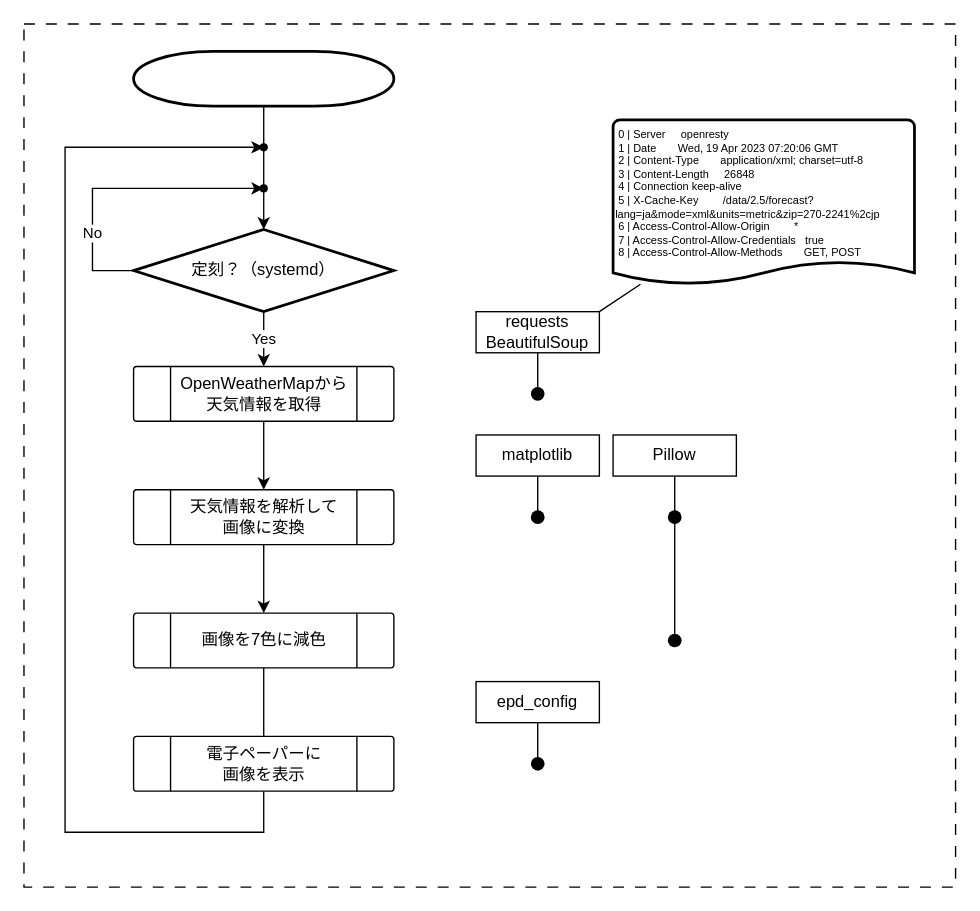
This is weather.drawio from ka10ryu1/weather_forecast_viewer, a draw.io file, before an edit. Source tidied: cells renumbered, new cells numbered last; positions are measured from the earlier drawing's top-left corner, leaving out a move shared by most shapes. Both pictures are drawn from the tidied source at 137%, with x=0, y=0 at pixel (23, 23).
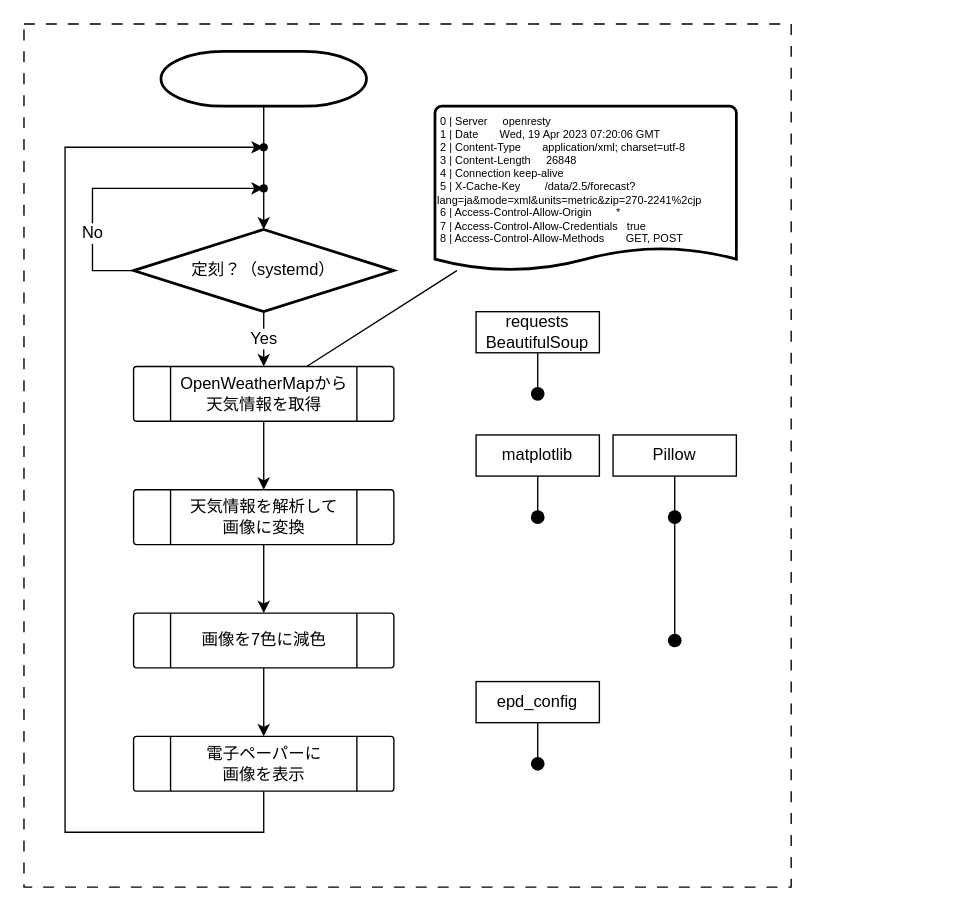
The same page after the edit.

Commit message:
:tada: 保存漏れを保存（軽微）

The change refers to these unchanged cells:
```xml
<mxCell id="7" value="定刻？（systemd）" style="strokeWidth=2;html=1;shape=mxgraph.flowchart.decision;whiteSpace=wrap;" parent="1" vertex="1">
  <mxGeometry x="80" y="150" width="190" height="60" as="geometry" />
</mxCell>
<mxCell id="9" style="shape=waypoint;sketch=0;size=6;points=[];fillColor=default;perimeter=centerPerimeter;snapToPoint=1;strokeWidth=1;" parent="1" vertex="1">
  <mxGeometry x="165" y="110" width="20" height="20" as="geometry" />
</mxCell>
<mxCell id="11" value="OpenWeatherMapから&lt;br&gt;天気情報を取得" style="verticalLabelPosition=middle;verticalAlign=middle;html=1;shape=process;whiteSpace=wrap;rounded=1;size=0.14;arcSize=6;labelPosition=center;align=center;" parent="1" vertex="1">
  <mxGeometry x="80" y="250" width="190" height="40" as="geometry" />
</mxCell>
<mxCell id="15" value="電子ペーパーに&lt;br&gt;画像を表示" style="verticalLabelPosition=middle;verticalAlign=middle;html=1;shape=process;whiteSpace=wrap;rounded=1;size=0.14;arcSize=6;labelPosition=center;align=center;" parent="1" vertex="1">
  <mxGeometry x="80" y="520" width="190" height="40" as="geometry" />
</mxCell>
<mxCell id="20" value="画像を7色に減色" style="verticalLabelPosition=middle;verticalAlign=middle;html=1;shape=process;whiteSpace=wrap;rounded=1;size=0.14;arcSize=6;labelPosition=center;align=center;" parent="1" vertex="1">
  <mxGeometry x="80" y="430" width="190" height="40" as="geometry" />
</mxCell>
<mxCell id="22" value="requests&lt;br style=&quot;font-size: 12px;&quot;&gt;BeautifulSoup" style="rounded=0;whiteSpace=wrap;html=1;strokeWidth=1;fontSize=12;fillColor=none;align=center;" parent="1" vertex="1">
  <mxGeometry x="330" y="210" width="90" height="30" as="geometry" />
</mxCell>
```

Change to the diagram source:
```diff
@@
     <mxCell id="2" style="rounded=0;whiteSpace=wrap;html=1;strokeWidth=1;fillColor=none;dashed=1;dashPattern=8 8;" parent="1" vertex="1">
-      <mxGeometry width="680" height="630" as="geometry" />
+      <mxGeometry width="560" height="630" as="geometry" />
     </mxCell>
@@
     <mxCell id="4" style="strokeWidth=2;html=1;shape=mxgraph.flowchart.terminator;whiteSpace=wrap;" parent="1" vertex="1">
-      <mxGeometry x="80" y="20" width="190" height="40" as="geometry" />
+      <mxGeometry x="100" y="20" width="150" height="40" as="geometry" />
     </mxCell>
-    <mxCell id="5" value="Yes" style="edgeStyle=none;html=1;entryX=0.5;entryY=0;entryDx=0;entryDy=0;" parent="1" edge="1" source="7" target="11">
+    <mxCell id="5" value="Yes" style="edgeStyle=none;html=1;entryX=0.5;entryY=0;entryDx=0;entryDy=0;fontSize=12;" parent="1" edge="1" source="7" target="11">
       <mxGeometry relative="1" as="geometry" />
     </mxCell>
-    <mxCell id="6" value="No" style="edgeStyle=none;html=1;rounded=0;" parent="1" edge="1" source="7" target="9">
+    <mxCell id="6" value="No" style="edgeStyle=none;html=1;rounded=0;fontSize=12;" parent="1" edge="1" source="7" target="9">
       <mxGeometry x="-0.47" relative="1" as="geometry">
         <Array as="points">
           <mxPoint x="50" y="180" />
           <mxPoint x="50" y="120" />
         </Array>
       </mxGeometry>
     </mxCell>
@@
-    <mxCell id="17" style="edgeStyle=none;rounded=0;html=1;fontSize=8;endArrow=none;endFill=0;entryX=1;entryY=0;entryDx=0;entryDy=0;" parent="1" edge="1" source="18" target="22">
+    <mxCell id="17" style="edgeStyle=none;rounded=0;html=1;fontSize=8;endArrow=none;endFill=0;" parent="1" edge="1" source="18" target="11">
       <mxGeometry relative="1" as="geometry" />
     </mxCell>
     <mxCell id="18" value="&lt;div style=&quot;font-size: 8px;&quot;&gt;&amp;nbsp;0 | Server&amp;nbsp; &amp;nbsp; &amp;nbsp;openresty&lt;/div&gt;&lt;div style=&quot;font-size: 8px;&quot;&gt;&amp;nbsp;1 | Date&amp;nbsp; &amp;nbsp; &amp;nbsp; &amp;nbsp;Wed, 19 Apr 2023 07:20:06 GMT&lt;/div&gt;&lt;div style=&quot;font-size: 8px;&quot;&gt;&amp;nbsp;2 | Content-Type&amp;nbsp; &amp;nbsp; &amp;nbsp; &amp;nbsp;application/xml; charset=utf-8&lt;/div&gt;&lt;div style=&quot;font-size: 8px;&quot;&gt;&amp;nbsp;3 | Content-Length&amp;nbsp; &amp;nbsp; &amp;nbsp;26848&lt;/div&gt;&lt;div style=&quot;font-size: 8px;&quot;&gt;&amp;nbsp;4 | Connection keep-alive&lt;/div&gt;&lt;div style=&quot;font-size: 8px;&quot;&gt;&amp;nbsp;5 | X-Cache-Key&amp;nbsp; &amp;nbsp; &amp;nbsp; &amp;nbsp; /data/2.5/forecast?lang=ja&amp;amp;mode=xml&amp;amp;units=metric&amp;amp;zip=270-2241%2cjp&lt;/div&gt;&lt;div style=&quot;font-size: 8px;&quot;&gt;&amp;nbsp;6 | Access-Control-Allow-Origin&amp;nbsp; &amp;nbsp; &amp;nbsp; &amp;nbsp; *&lt;/div&gt;&lt;div style=&quot;font-size: 8px;&quot;&gt;&amp;nbsp;7 | Access-Control-Allow-Credentials&amp;nbsp; &amp;nbsp;true&lt;/div&gt;&lt;div style=&quot;font-size: 8px;&quot;&gt;&amp;nbsp;8 | Access-Control-Allow-Methods&amp;nbsp; &amp;nbsp; &amp;nbsp; &amp;nbsp;GET, POST&lt;/div&gt;" style="strokeWidth=2;html=1;shape=mxgraph.flowchart.document2;whiteSpace=wrap;size=0.1392857142857143;fontSize=8;fillColor=none;align=left;verticalAlign=top;" parent="1" vertex="1">
-      <mxGeometry x="430" y="70" width="220" height="120" as="geometry" />
+      <mxGeometry x="300" y="60" width="220" height="120" as="geometry" />
     </mxCell>
-    <mxCell id="19" style="edgeStyle=none;rounded=0;html=1;fontSize=8;endArrow=none;endFill=0;" parent="1" edge="1" source="20" target="15">
+    <mxCell id="19" style="edgeStyle=none;rounded=0;html=1;fontSize=8;endArrow=classic;endFill=1;" parent="1" edge="1" source="20" target="15">
       <mxGeometry relative="1" as="geometry" />
     </mxCell>
```
